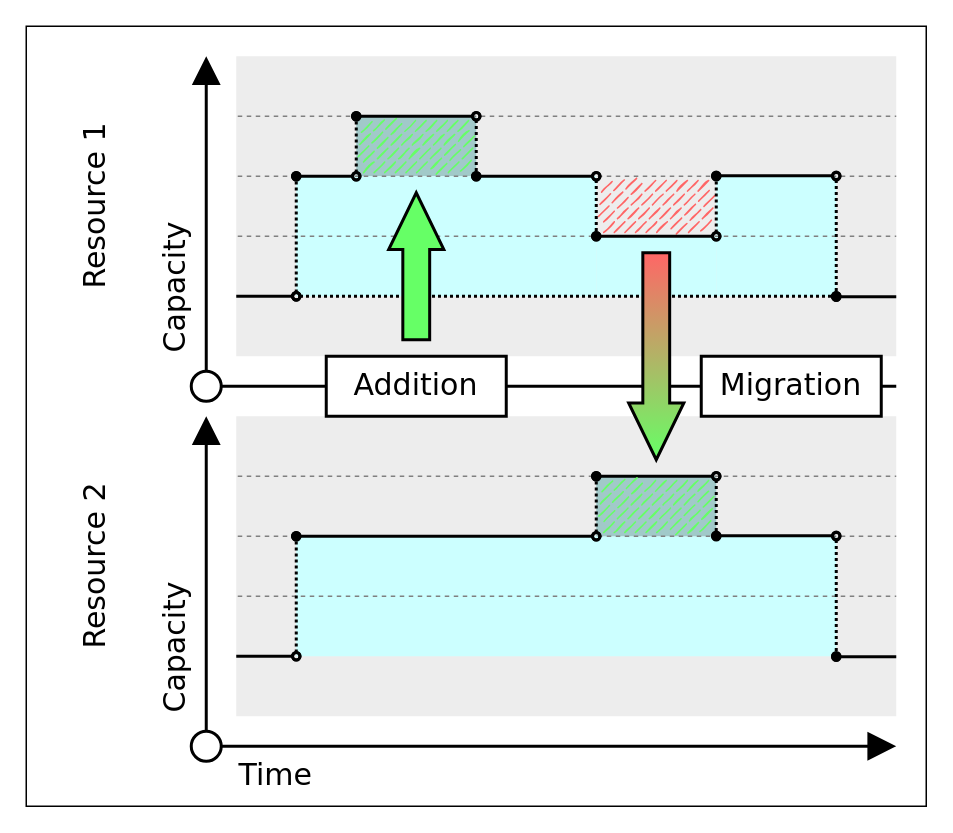
Above: page "Changes" (1 of 3) of img/source/Capacities.drawio in Krtiiik/Bottleneck-identification-for-constraint-relaxation-in-resource-constrained-project-scheduling (draw.io), before the change. Source tidied: cells renumbered, new cells numbered last; positions are measured from the earlier drawing's top-left corner, leaving out a move shared by most shapes. Both pictures are drawn from the tidied source at 150%, with x=0, y=0 at pixel (26, 26).
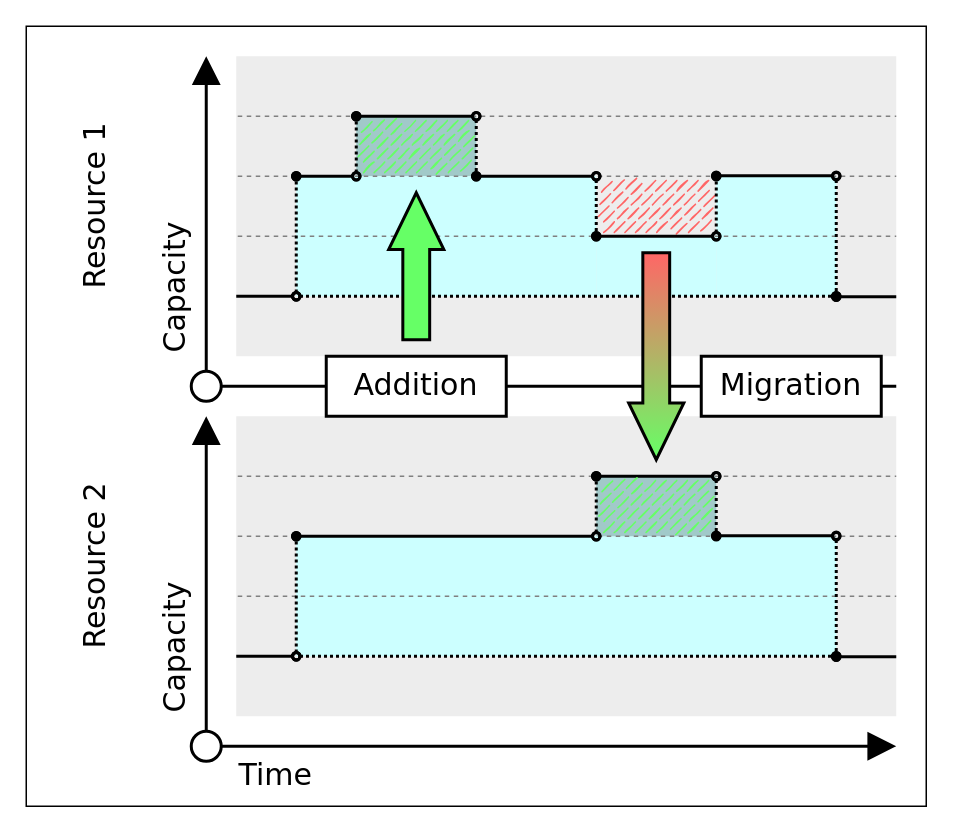
The same diagram, later.

Commit message (it also covers changes not shown here):
Add schedule diagram

Diff of the diagram source:
```diff
@@
+    <mxCell id="60" style="endArrow=oval;html=1;rounded=0;fontSize=20;targetPerimeterSpacing=0;strokeWidth=2;startArrow=oval;startFill=0;endSize=5;startSize=5;jumpStyle=none;jumpSize=6;dashed=1;dashPattern=1 1;endFill=1;" parent="1" edge="1">
+      <mxGeometry relative="1" as="geometry">
+        <mxPoint x="180" y="420" as="sourcePoint" />
+        <mxPoint x="540" y="420" as="targetPoint" />
+      </mxGeometry>
+    </mxCell>
```
